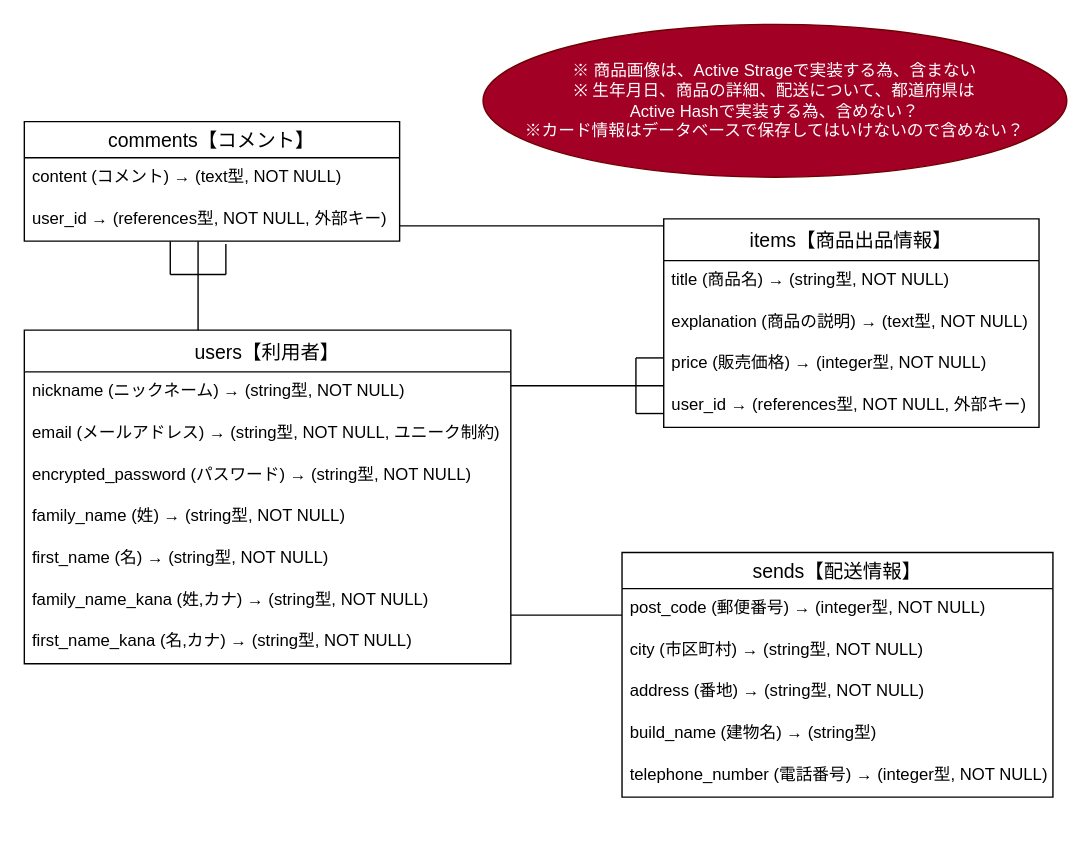
ashidakentaro/furima-39645 keeps this draw.io diagram as furima.dio. Above is the earlier version. Source tidied: cells renumbered, new cells numbered last; positions are measured from the earlier drawing's top-left corner, leaving out a move shared by most shapes. Both pictures are drawn from the tidied source at 139%, with x=0, y=0 at pixel (24, 24).
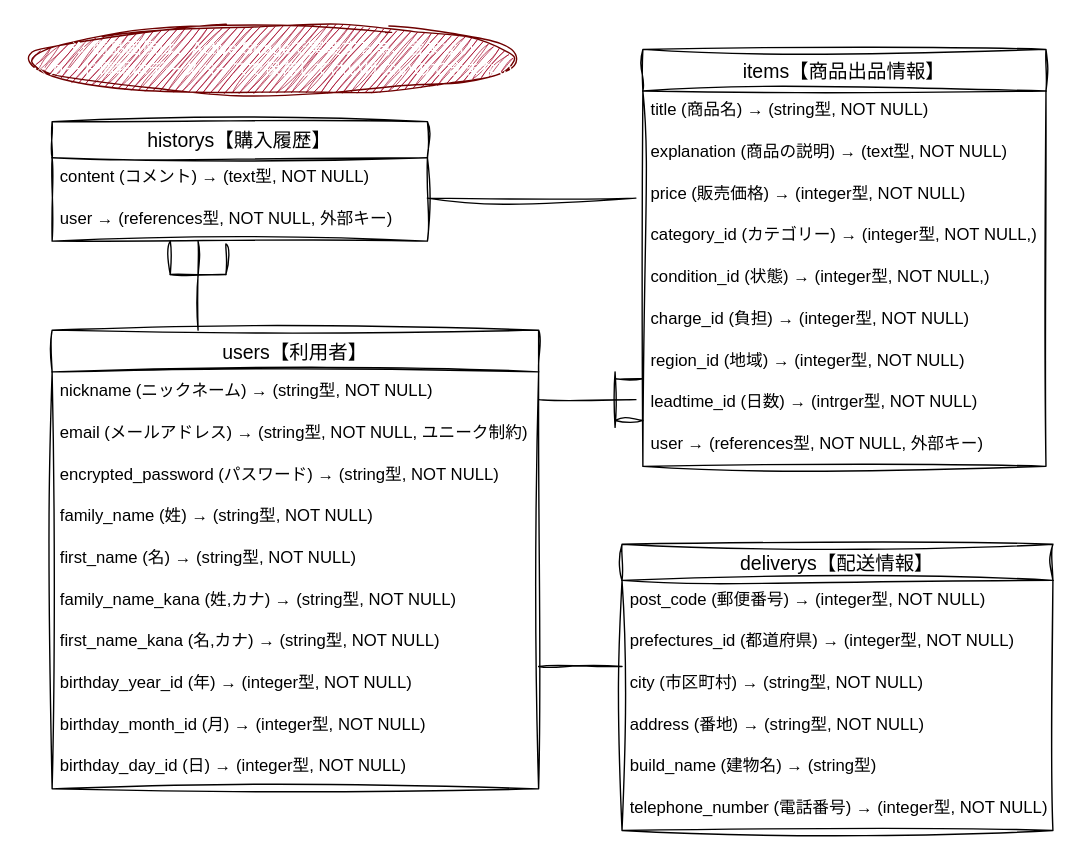
After the change.

Commit message (it also covers changes not shown here):
データベースの設計(修正)

Change to the diagram source:
```diff
@@
-    <mxCell id="2" value="items【商品出品情報】" style="swimlane;fontStyle=0;horizontal=1;startSize=30;align=center;fontSize=14;" parent="1" vertex="1">
-      <mxGeometry x="460" y="140" width="270" height="150" as="geometry" />
+    <mxCell id="2" value="items【商品出品情報】" style="swimlane;fontStyle=0;horizontal=1;startSize=30;align=center;fontSize=14;sketch=1;curveFitting=1;jiggle=2;" parent="1" vertex="1">
+      <mxGeometry x="445" y="18" width="290" height="300" as="geometry" />
     </mxCell>
-    <mxCell id="3" value="title (商品名) → (string型, NOT NULL)" style="text;strokeColor=none;fillColor=none;spacingLeft=4;spacingRight=4;overflow=hidden;fontSize=12;" parent="2" vertex="1">
-      <mxGeometry y="30" width="270" height="30" as="geometry" />
+    <mxCell id="3" value="title (商品名) → (string型, NOT NULL)" style="text;strokeColor=none;fillColor=none;spacingLeft=4;spacingRight=4;overflow=hidden;fontSize=12;sketch=1;curveFitting=1;jiggle=2;" parent="2" vertex="1">
+      <mxGeometry y="30" width="290" height="30" as="geometry" />
     </mxCell>
-    <mxCell id="4" value="explanation (商品の説明) → (text型, NOT NULL)" style="text;strokeColor=none;fillColor=none;spacingLeft=4;spacingRight=4;overflow=hidden;fontSize=12;" parent="2" vertex="1">
-      <mxGeometry y="60" width="270" height="30" as="geometry" />
+    <mxCell id="4" value="explanation (商品の説明) → (text型, NOT NULL)" style="text;strokeColor=none;fillColor=none;spacingLeft=4;spacingRight=4;overflow=hidden;fontSize=12;sketch=1;curveFitting=1;jiggle=2;" parent="2" vertex="1">
+      <mxGeometry y="60" width="290" height="30" as="geometry" />
     </mxCell>
-    <mxCell id="5" value="price (販売価格) → (integer型, NOT NULL)" style="text;strokeColor=none;fillColor=none;spacingLeft=4;spacingRight=4;overflow=hidden;fontSize=12;" parent="2" vertex="1">
-      <mxGeometry y="90" width="270" height="30" as="geometry" />
+    <mxCell id="5" value="price (販売価格) → (integer型, NOT NULL)" style="text;strokeColor=none;fillColor=none;spacingLeft=4;spacingRight=4;overflow=hidden;fontSize=12;sketch=1;curveFitting=1;jiggle=2;" parent="2" vertex="1">
+      <mxGeometry y="90" width="290" height="30" as="geometry" />
     </mxCell>
-    <mxCell id="6" value="user_id → (references型, NOT NULL, 外部キー)" style="text;strokeColor=none;fillColor=none;spacingLeft=4;spacingRight=4;overflow=hidden;fontSize=12;" parent="2" vertex="1">
-      <mxGeometry y="120" width="270" height="30" as="geometry" />
+    <mxCell id="6" value="category_id (カテゴリー) → (integer型, NOT NULL,)" style="text;strokeColor=none;fillColor=none;spacingLeft=4;spacingRight=4;overflow=hidden;fontSize=12;sketch=1;curveFitting=1;jiggle=2;" parent="2" vertex="1">
+      <mxGeometry y="120" width="290" height="30" as="geometry" />
     </mxCell>
+    <mxCell id="36" value="condition_id (状態) → (integer型, NOT NULL,)" style="text;strokeColor=none;fillColor=none;spacingLeft=4;spacingRight=4;overflow=hidden;fontSize=12;sketch=1;curveFitting=1;jiggle=2;" parent="2" vertex="1">
+      <mxGeometry y="150" width="290" height="30" as="geometry" />
+    </mxCell>
+    <mxCell id="37" value="charge_id (負担) → (integer型, NOT NULL)" style="text;strokeColor=none;fillColor=none;spacingLeft=4;spacingRight=4;overflow=hidden;fontSize=12;sketch=1;curveFitting=1;jiggle=2;" parent="2" vertex="1">
+      <mxGeometry y="180" width="290" height="30" as="geometry" />
+    </mxCell>
+    <mxCell id="38" value="region_id (地域) → (integer型, NOT NULL)" style="text;strokeColor=none;fillColor=none;spacingLeft=4;spacingRight=4;overflow=hidden;fontSize=12;sketch=1;curveFitting=1;jiggle=2;" parent="2" vertex="1">
+      <mxGeometry y="210" width="290" height="30" as="geometry" />
+    </mxCell>
+    <mxCell id="39" value="leadtime_id (日数) → (intrger型, NOT NULL)" style="text;strokeColor=none;fillColor=none;spacingLeft=4;spacingRight=4;overflow=hidden;fontSize=12;sketch=1;curveFitting=1;jiggle=2;" parent="2" vertex="1">
+      <mxGeometry y="240" width="290" height="30" as="geometry" />
+    </mxCell>
+    <mxCell id="40" value="user → (references型, NOT NULL, 外部キー)" style="text;strokeColor=none;fillColor=none;spacingLeft=4;spacingRight=4;overflow=hidden;fontSize=12;sketch=1;curveFitting=1;jiggle=2;" parent="2" vertex="1">
+      <mxGeometry y="270" width="290" height="30" as="geometry" />
+    </mxCell>
-    <mxCell id="7" value="users【利用者】" style="swimlane;fontStyle=0;horizontal=1;startSize=30;align=center;fontSize=14;" parent="1" vertex="1">
-      <mxGeometry y="220" width="350" height="240" as="geometry" />
+    <mxCell id="7" value="users【利用者】" style="swimlane;fontStyle=0;horizontal=1;startSize=30;align=center;fontSize=14;sketch=1;curveFitting=1;jiggle=2;" parent="1" vertex="1">
+      <mxGeometry x="20" y="220" width="350" height="330" as="geometry" />
     </mxCell>
-    <mxCell id="8" value="nickname (ニックネーム) → (string型, NOT NULL)" style="text;strokeColor=none;fillColor=none;spacingLeft=4;spacingRight=4;overflow=hidden;fontSize=12;" parent="7" vertex="1">
+    <mxCell id="8" value="nickname (ニックネーム) → (string型, NOT NULL)" style="text;strokeColor=none;fillColor=none;spacingLeft=4;spacingRight=4;overflow=hidden;fontSize=12;sketch=1;curveFitting=1;jiggle=2;" parent="7" vertex="1">
       <mxGeometry y="30" width="350" height="30" as="geometry" />
     </mxCell>
-    <mxCell id="9" value="email (メールアドレス) → (string型, NOT NULL, ユニーク制約)" style="text;strokeColor=none;fillColor=none;spacingLeft=4;spacingRight=4;overflow=hidden;fontSize=12;" parent="7" vertex="1">
+    <mxCell id="9" value="email (メールアドレス) → (string型, NOT NULL, ユニーク制約)" style="text;strokeColor=none;fillColor=none;spacingLeft=4;spacingRight=4;overflow=hidden;fontSize=12;sketch=1;curveFitting=1;jiggle=2;" parent="7" vertex="1">
       <mxGeometry y="60" width="350" height="30" as="geometry" />
     </mxCell>
-    <mxCell id="10" value="encrypted_password (パスワード) → (string型, NOT NULL)" style="text;strokeColor=none;fillColor=none;spacingLeft=4;spacingRight=4;overflow=hidden;fontSize=12;" parent="7" vertex="1">
+    <mxCell id="10" value="encrypted_password (パスワード) → (string型, NOT NULL)" style="text;strokeColor=none;fillColor=none;spacingLeft=4;spacingRight=4;overflow=hidden;fontSize=12;sketch=1;curveFitting=1;jiggle=2;" parent="7" vertex="1">
       <mxGeometry y="90" width="350" height="30" as="geometry" />
     </mxCell>
-    <mxCell id="11" value="family_name (姓) → (string型, NOT NULL)" style="text;strokeColor=none;fillColor=none;spacingLeft=4;spacingRight=4;overflow=hidden;fontSize=12;" parent="7" vertex="1">
+    <mxCell id="11" value="family_name (姓) → (string型, NOT NULL)" style="text;strokeColor=none;fillColor=none;spacingLeft=4;spacingRight=4;overflow=hidden;fontSize=12;sketch=1;curveFitting=1;jiggle=2;" parent="7" vertex="1">
       <mxGeometry y="120" width="350" height="30" as="geometry" />
     </mxCell>
-    <mxCell id="12" value="first_name (名) → (string型, NOT NULL)" style="text;strokeColor=none;fillColor=none;spacingLeft=4;spacingRight=4;overflow=hidden;fontSize=12;" parent="7" vertex="1">
+    <mxCell id="12" value="first_name (名) → (string型, NOT NULL)" style="text;strokeColor=none;fillColor=none;spacingLeft=4;spacingRight=4;overflow=hidden;fontSize=12;sketch=1;curveFitting=1;jiggle=2;" parent="7" vertex="1">
       <mxGeometry y="150" width="350" height="30" as="geometry" />
     </mxCell>
-    <mxCell id="13" value="family_name_kana (姓,カナ) → (string型, NOT NULL)" style="text;strokeColor=none;fillColor=none;spacingLeft=4;spacingRight=4;overflow=hidden;fontSize=12;" parent="7" vertex="1">
+    <mxCell id="13" value="family_name_kana (姓,カナ) → (string型, NOT NULL)" style="text;strokeColor=none;fillColor=none;spacingLeft=4;spacingRight=4;overflow=hidden;fontSize=12;sketch=1;curveFitting=1;jiggle=2;" parent="7" vertex="1">
       <mxGeometry y="180" width="350" height="30" as="geometry" />
     </mxCell>
-    <mxCell id="14" value="first_name_kana (名,カナ) → (string型, NOT NULL)" style="text;strokeColor=none;fillColor=none;spacingLeft=4;spacingRight=4;overflow=hidden;fontSize=12;" parent="7" vertex="1">
+    <mxCell id="14" value="first_name_kana (名,カナ) → (string型, NOT NULL)" style="text;strokeColor=none;fillColor=none;spacingLeft=4;spacingRight=4;overflow=hidden;fontSize=12;sketch=1;curveFitting=1;jiggle=2;" parent="7" vertex="1">
       <mxGeometry y="210" width="350" height="30" as="geometry" />
     </mxCell>
+    <mxCell id="41" value="birthday_year_id (年) → (integer型, NOT NULL)" style="text;strokeColor=none;fillColor=none;spacingLeft=4;spacingRight=4;overflow=hidden;fontSize=12;sketch=1;curveFitting=1;jiggle=2;" parent="7" vertex="1">
+      <mxGeometry y="240" width="350" height="30" as="geometry" />
+    </mxCell>
+    <mxCell id="42" value="birthday_month_id (月) → (integer型, NOT NULL)" style="text;strokeColor=none;fillColor=none;spacingLeft=4;spacingRight=4;overflow=hidden;fontSize=12;sketch=1;curveFitting=1;jiggle=2;" parent="7" vertex="1">
+      <mxGeometry y="270" width="350" height="30" as="geometry" />
+    </mxCell>
+    <mxCell id="43" value="birthday_day_id (日) → (integer型, NOT NULL)" style="text;strokeColor=none;fillColor=none;spacingLeft=4;spacingRight=4;overflow=hidden;fontSize=12;sketch=1;curveFitting=1;jiggle=2;" parent="7" vertex="1">
+      <mxGeometry y="300" width="350" height="30" as="geometry" />
+    </mxCell>
-    <mxCell id="15" value="sends【配送情報】" style="swimlane;fontStyle=0;horizontal=1;startSize=26;align=center;fontSize=14;" parent="1" vertex="1">
-      <mxGeometry x="430" y="380" width="310" height="176" as="geometry" />
+    <mxCell id="15" value="deliverys【配送情報】" style="swimlane;fontStyle=0;horizontal=1;startSize=26;align=center;fontSize=14;sketch=1;curveFitting=1;jiggle=2;" parent="1" vertex="1">
+      <mxGeometry x="430" y="374" width="310" height="206" as="geometry" />
     </mxCell>
-    <mxCell id="16" value="post_code (郵便番号) → (integer型, NOT NULL)" style="text;strokeColor=none;fillColor=none;spacingLeft=4;spacingRight=4;overflow=hidden;fontSize=12;" parent="15" vertex="1">
+    <mxCell id="16" value="post_code (郵便番号) → (integer型, NOT NULL)" style="text;strokeColor=none;fillColor=none;spacingLeft=4;spacingRight=4;overflow=hidden;fontSize=12;sketch=1;curveFitting=1;jiggle=2;" parent="15" vertex="1">
       <mxGeometry y="26" width="310" height="30" as="geometry" />
     </mxCell>
+    <mxCell id="20" value="prefectures_id (都道府県) → (integer型, NOT NULL)" style="text;strokeColor=none;fillColor=none;spacingLeft=4;spacingRight=4;overflow=hidden;fontSize=12;sketch=1;curveFitting=1;jiggle=2;" parent="15" vertex="1">
+      <mxGeometry y="56" width="310" height="30" as="geometry" />
+    </mxCell>
-    <mxCell id="17" value="city (市区町村) → (string型, NOT NULL)" style="text;strokeColor=none;fillColor=none;spacingLeft=4;spacingRight=4;overflow=hidden;fontSize=12;" parent="15" vertex="1">
-      <mxGeometry y="56" width="310" height="30" as="geometry" />
+    <mxCell id="17" value="city (市区町村) → (string型, NOT NULL)" style="text;strokeColor=none;fillColor=none;spacingLeft=4;spacingRight=4;overflow=hidden;fontSize=12;sketch=1;curveFitting=1;jiggle=2;" parent="15" vertex="1">
+      <mxGeometry y="86" width="310" height="30" as="geometry" />
     </mxCell>
-    <mxCell id="18" value="address (番地) → (string型, NOT NULL)" style="text;strokeColor=none;fillColor=none;spacingLeft=4;spacingRight=4;overflow=hidden;fontSize=12;" parent="15" vertex="1">
-      <mxGeometry y="86" width="310" height="30" as="geometry" />
+    <mxCell id="18" value="address (番地) → (string型, NOT NULL)" style="text;strokeColor=none;fillColor=none;spacingLeft=4;spacingRight=4;overflow=hidden;fontSize=12;sketch=1;curveFitting=1;jiggle=2;" parent="15" vertex="1">
+      <mxGeometry y="116" width="310" height="30" as="geometry" />
     </mxCell>
-    <mxCell id="19" value="build_name (建物名) → (string型)" style="text;strokeColor=none;fillColor=none;spacingLeft=4;spacingRight=4;overflow=hidden;fontSize=12;" parent="15" vertex="1">
-      <mxGeometry y="116" width="310" height="30" as="geometry" />
+    <mxCell id="19" value="build_name (建物名) → (string型)" style="text;strokeColor=none;fillColor=none;spacingLeft=4;spacingRight=4;overflow=hidden;fontSize=12;sketch=1;curveFitting=1;jiggle=2;" parent="15" vertex="1">
+      <mxGeometry y="146" width="310" height="30" as="geometry" />
     </mxCell>
-    <mxCell id="20" value="telephone_number (電話番号) → (integer型, NOT NULL)" style="text;strokeColor=none;fillColor=none;spacingLeft=4;spacingRight=4;overflow=hidden;fontSize=12;" parent="15" vertex="1">
-      <mxGeometry y="146" width="310" height="30" as="geometry" />
-    </mxCell>
+    <mxCell id="44" value="telephone_number (電話番号) → (integer型, NOT NULL)" style="text;strokeColor=none;fillColor=none;spacingLeft=4;spacingRight=4;overflow=hidden;fontSize=12;sketch=1;curveFitting=1;jiggle=2;" parent="15" vertex="1">
+      <mxGeometry y="176" width="310" height="30" as="geometry" />
+    </mxCell>
-    <mxCell id="21" value="comments【コメント】" style="swimlane;fontStyle=0;horizontal=1;startSize=26;align=center;fontSize=14;" parent="1" vertex="1">
-      <mxGeometry y="70" width="270" height="86" as="geometry" />
+    <mxCell id="21" value="historys【購入履歴】" style="swimlane;fontStyle=0;horizontal=1;startSize=26;align=center;fontSize=14;sketch=1;curveFitting=1;jiggle=2;" parent="1" vertex="1">
+      <mxGeometry x="20" y="70" width="270" height="86" as="geometry" />
     </mxCell>
-    <mxCell id="22" value="content (コメント) → (text型, NOT NULL)" style="text;strokeColor=none;fillColor=none;spacingLeft=4;spacingRight=4;overflow=hidden;fontSize=12;" parent="21" vertex="1">
+    <mxCell id="22" value="content (コメント) → (text型, NOT NULL)" style="text;strokeColor=none;fillColor=none;spacingLeft=4;spacingRight=4;overflow=hidden;fontSize=12;sketch=1;curveFitting=1;jiggle=2;" parent="21" vertex="1">
       <mxGeometry y="26" width="270" height="30" as="geometry" />
     </mxCell>
-    <mxCell id="23" value="user_id → (references型, NOT NULL, 外部キー)" style="text;strokeColor=none;fillColor=none;spacingLeft=4;spacingRight=4;overflow=hidden;fontSize=12;" parent="21" vertex="1">
+    <mxCell id="23" value="user → (references型, NOT NULL, 外部キー)" style="text;strokeColor=none;fillColor=none;spacingLeft=4;spacingRight=4;overflow=hidden;fontSize=12;sketch=1;curveFitting=1;jiggle=2;" parent="21" vertex="1">
       <mxGeometry y="56" width="270" height="30" as="geometry" />
     </mxCell>
-    <mxCell id="24" value="※ 商品画像は、Active Strageで実装する為、含まない&lt;br&gt;※ 生年月日、商品の詳細、配送について、都道府県は&lt;br&gt;Active Hashで実装する為、含めない？&lt;br&gt;※カード情報はデータベースで保存してはいけないので含めない？" style="ellipse;whiteSpace=wrap;html=1;align=center;fillColor=#a20025;fontColor=#ffffff;strokeColor=#6F0000;" parent="1" vertex="1">
-      <mxGeometry x="330" width="420" height="110" as="geometry" />
+    <mxCell id="24" value="※ 商品画像は、Active Strageで実装する為、含まない&lt;br&gt;※カード情報はデータベースで保存してはいけないので含まない" style="ellipse;whiteSpace=wrap;html=1;align=center;fillColor=#a20025;fontColor=#ffffff;strokeColor=#6F0000;sketch=1;curveFitting=1;jiggle=2;" parent="1" vertex="1">
+      <mxGeometry x="4" width="350" height="50" as="geometry" />
     </mxCell>
-    <mxCell id="25" style="line;strokeWidth=1;dashed=0;labelPosition=right;align=left;verticalAlign=middle;spacingTop=0;spacingLeft=6;" parent="1" vertex="1">
-      <mxGeometry x="350" y="255" width="110" height="10" as="geometry" />
+    <mxCell id="25" style="line;strokeWidth=1;dashed=0;labelPosition=right;align=left;verticalAlign=middle;spacingTop=0;spacingLeft=6;sketch=1;curveFitting=1;jiggle=2;" parent="1" vertex="1">
+      <mxGeometry x="370" y="265" width="70" height="10" as="geometry" />
     </mxCell>
-    <mxCell id="26" style="line;strokeWidth=1;dashed=0;labelPosition=right;align=left;verticalAlign=middle;spacingTop=0;spacingLeft=6;" parent="1" vertex="1">
+    <mxCell id="26" style="line;strokeWidth=1;dashed=0;labelPosition=right;align=left;verticalAlign=middle;spacingTop=0;spacingLeft=6;sketch=1;curveFitting=1;jiggle=2;" parent="1" vertex="1">
       <mxGeometry x="360" y="150" width="50" as="geometry" />
     </mxCell>
-    <mxCell id="27" style="line;strokeWidth=1;dashed=0;labelPosition=right;align=left;verticalAlign=middle;spacingTop=0;spacingLeft=6;direction=south;" parent="1" vertex="1">
-      <mxGeometry x="435" y="240" width="10" height="40" as="geometry" />
+    <mxCell id="27" style="line;strokeWidth=1;dashed=0;labelPosition=right;align=left;verticalAlign=middle;spacingTop=0;spacingLeft=6;direction=south;sketch=1;curveFitting=1;jiggle=2;" parent="1" vertex="1">
+      <mxGeometry x="420" y="250" width="10" height="40" as="geometry" />
     </mxCell>
-    <mxCell id="28" style="line;strokeWidth=1;dashed=0;labelPosition=right;align=left;verticalAlign=middle;spacingTop=0;spacingLeft=6;direction=south;" parent="1" vertex="1">
+    <mxCell id="28" style="line;strokeWidth=1;dashed=0;labelPosition=right;align=left;verticalAlign=middle;spacingTop=0;spacingLeft=6;direction=south;sketch=1;curveFitting=1;jiggle=2;" parent="1" vertex="1">
       <mxGeometry x="120" y="156" width="10" height="64" as="geometry" />
     </mxCell>
-    <mxCell id="29" style="line;strokeWidth=1;dashed=0;labelPosition=right;align=left;verticalAlign=middle;spacingTop=0;spacingLeft=6;direction=south;" parent="1" vertex="1">
+    <mxCell id="29" style="line;strokeWidth=1;dashed=0;labelPosition=right;align=left;verticalAlign=middle;spacingTop=0;spacingLeft=6;direction=south;sketch=1;curveFitting=1;jiggle=2;" parent="1" vertex="1">
       <mxGeometry x="100" y="156" width="10" height="24" as="geometry" />
     </mxCell>
-    <mxCell id="30" style="line;strokeWidth=1;dashed=0;labelPosition=right;align=left;verticalAlign=middle;spacingTop=0;spacingLeft=6;direction=south;" parent="1" vertex="1">
+    <mxCell id="30" style="line;strokeWidth=1;dashed=0;labelPosition=right;align=left;verticalAlign=middle;spacingTop=0;spacingLeft=6;direction=south;sketch=1;curveFitting=1;jiggle=2;" parent="1" vertex="1">
       <mxGeometry x="140" y="158" width="10" height="22" as="geometry" />
     </mxCell>
-    <mxCell id="31" style="line;strokeWidth=1;dashed=0;labelPosition=right;align=left;verticalAlign=middle;spacingTop=0;spacingLeft=6;" parent="1" vertex="1">
-      <mxGeometry x="270" y="140" width="190" height="10" as="geometry" />
+    <mxCell id="31" style="line;strokeWidth=1;dashed=0;labelPosition=right;align=left;verticalAlign=middle;spacingTop=0;spacingLeft=6;sketch=1;curveFitting=1;jiggle=2;" parent="1" vertex="1">
+      <mxGeometry x="290" y="120" width="150" height="10" as="geometry" />
     </mxCell>
-    <mxCell id="32" style="line;strokeWidth=1;dashed=0;labelPosition=right;align=left;verticalAlign=middle;spacingTop=0;spacingLeft=6;" parent="1" vertex="1">
-      <mxGeometry x="440" y="235" width="20" height="10" as="geometry" />
+    <mxCell id="32" style="line;strokeWidth=1;dashed=0;labelPosition=right;align=left;verticalAlign=middle;spacingTop=0;spacingLeft=6;sketch=1;curveFitting=1;jiggle=2;" parent="1" vertex="1">
+      <mxGeometry x="425" y="250" width="20" height="10" as="geometry" />
     </mxCell>
-    <mxCell id="33" style="line;strokeWidth=1;dashed=0;labelPosition=right;align=left;verticalAlign=middle;spacingTop=0;spacingLeft=6;" parent="1" vertex="1">
+    <mxCell id="33" style="line;strokeWidth=1;dashed=0;labelPosition=right;align=left;verticalAlign=middle;spacingTop=0;spacingLeft=6;sketch=1;curveFitting=1;jiggle=2;" parent="1" vertex="1">
       <mxGeometry x="105" y="175" width="40" height="10" as="geometry" />
     </mxCell>
-    <mxCell id="34" style="line;strokeWidth=1;dashed=0;labelPosition=right;align=left;verticalAlign=middle;spacingTop=0;spacingLeft=6;" parent="1" vertex="1">
-      <mxGeometry x="440" y="275" width="20" height="10" as="geometry" />
+    <mxCell id="34" style="line;strokeWidth=1;dashed=0;labelPosition=right;align=left;verticalAlign=middle;spacingTop=0;spacingLeft=6;sketch=1;curveFitting=1;jiggle=2;" parent="1" vertex="1">
+      <mxGeometry x="425" y="280" width="20" height="10" as="geometry" />
     </mxCell>
-    <mxCell id="35" style="line;strokeWidth=1;dashed=0;labelPosition=right;align=left;verticalAlign=middle;spacingTop=0;spacingLeft=6;" parent="1" vertex="1">
-      <mxGeometry x="350" y="420" width="80" height="10" as="geometry" />
+    <mxCell id="35" style="line;strokeWidth=1;dashed=0;labelPosition=right;align=left;verticalAlign=middle;spacingTop=0;spacingLeft=6;sketch=1;curveFitting=1;jiggle=2;" parent="1" vertex="1">
+      <mxGeometry x="370" y="457" width="60" height="10" as="geometry" />
     </mxCell>
```
